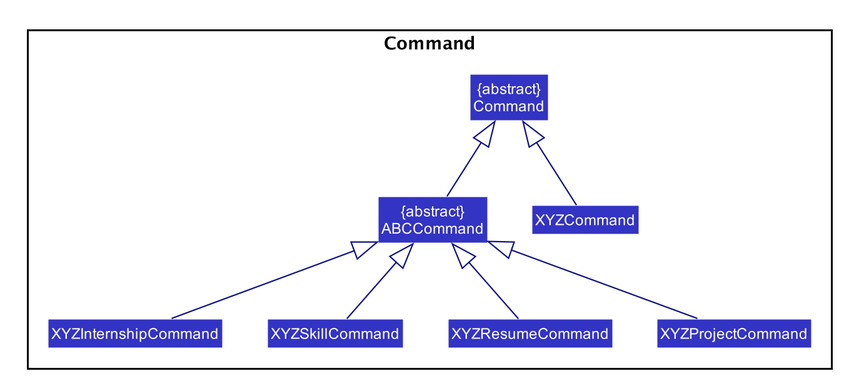
Before: docs/images/CommandClassDiagram.png, a diagram exported from PlantUML (wardetu/main). Source of this version:
```plantuml
@startuml









skinparam BackgroundColor #DDDDDDD

skinparam Shadowing false

skinparam Class {
    FontColor #FFFFFF
    BorderThickness 1
    BorderColor #FFFFFF
    StereotypeFontColor #FFFFFF
    FontName Arial
}

skinparam Actor {
    BorderColor #000000
    Color #000000
    FontName Arial
}

skinparam Sequence {
    MessageAlign center
    BoxFontSize 15
    BoxPadding 0
    BoxFontColor #FFFFFF
    FontName Arial
}

skinparam Participant {
    FontColor #FFFFFFF
    Padding 20
}

skinparam MinClassWidth 50
skinparam ParticipantPadding 10
skinparam Shadowing false
skinparam DefaultTextAlignment center
skinparam packageStyle Rectangle

hide footbox
hide members
hide circle
skinparam arrowThickness 1.1
skinparam arrowColor #101086
skinparam classBackgroundColor #3333C4

package Command {

Class "{abstract}\nCommand" as Command
Class XYZCommand
Class "{abstract}\nABCCommand" as ABCCommand
Class XYZInternshipCommand
Class XYZSkillCommand
Class XYZResumeCommand
Class XYZProjectCommand

}

XYZInternshipCommand -up-|> ABCCommand
XYZSkillCommand -up-|> ABCCommand
XYZResumeCommand -up-|> ABCCommand
XYZProjectCommand -up-|> ABCCommand
ABCCommand -up-|> Command
XYZCommand -up-|> Command

@enduml
```
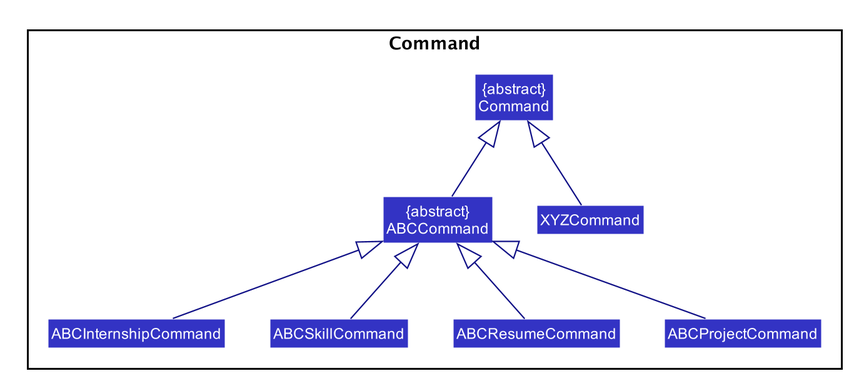
After the change.

Change to the diagram source:
```diff
@@ -57,17 +57,17 @@
 Class "{abstract}\nCommand" as Command
 Class XYZCommand
 Class "{abstract}\nABCCommand" as ABCCommand
-Class XYZInternshipCommand
-Class XYZSkillCommand
-Class XYZResumeCommand
-Class XYZProjectCommand
+Class ABCInternshipCommand
+Class ABCSkillCommand
+Class ABCResumeCommand
+Class ABCProjectCommand
 
 }
 
-XYZInternshipCommand -up-|> ABCCommand
-XYZSkillCommand -up-|> ABCCommand
-XYZResumeCommand -up-|> ABCCommand
-XYZProjectCommand -up-|> ABCCommand
+ABCInternshipCommand -up-|> ABCCommand
+ABCSkillCommand -up-|> ABCCommand
+ABCResumeCommand -up-|> ABCCommand
+ABCProjectCommand -up-|> ABCCommand
 ABCCommand -up-|> Command
 XYZCommand -up-|> Command
 
```
